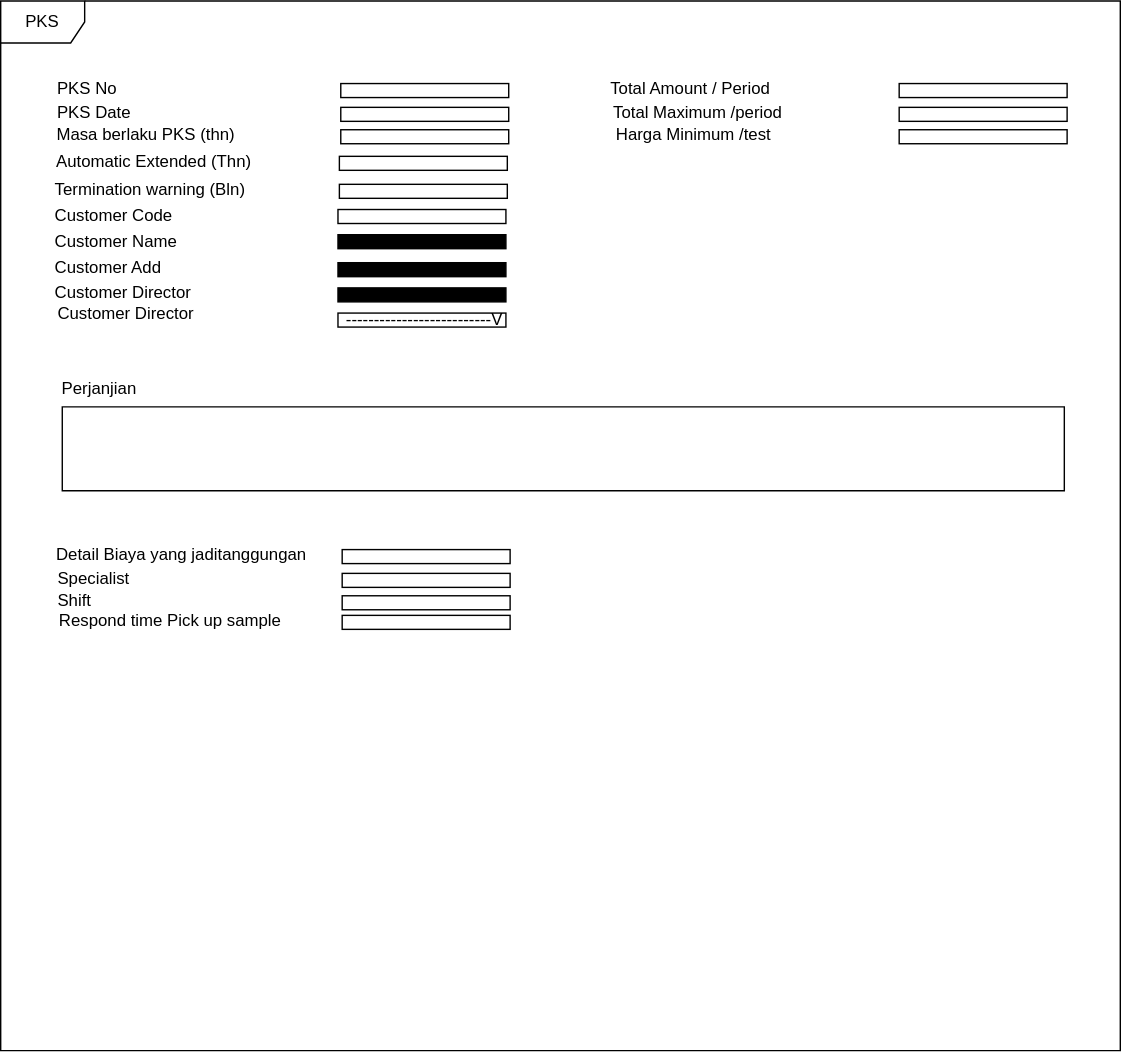
riduan-risandi/inno_collection_diagram keeps this draw.io diagram as pattern/FSD.svg. Above is the earlier version. Source tidied: cells renumbered, new cells last; positions are measured from the earlier drawing's top-left corner, leaving out a move shared by most shapes.
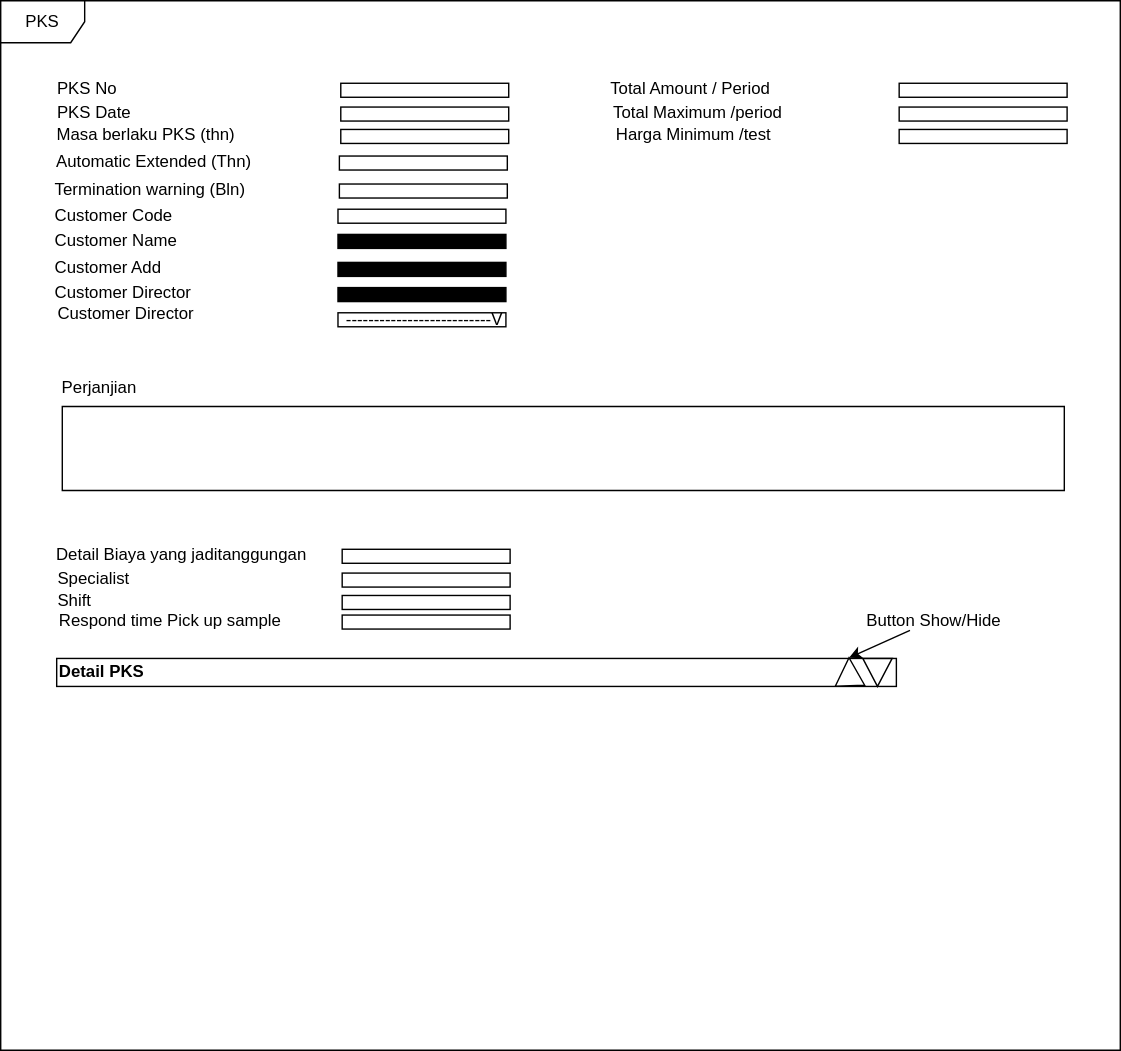
After the change.

Change to the diagram source:
```diff
@@ -113,5 +113,20 @@
     <mxCell id="38" style="rounded=0;whiteSpace=wrap;html=1;" parent="1" vertex="1">
       <mxGeometry x="244" y="439" width="120" height="10" as="geometry" />
     </mxCell>
+    <mxCell id="39" value="&lt;div align=&quot;left&quot;&gt;&lt;b&gt;Detail PKS&lt;br&gt;&lt;/b&gt;&lt;/div&gt;" style="rounded=0;whiteSpace=wrap;html=1;align=left;" parent="1" vertex="1">
+      <mxGeometry x="40" y="470" width="600" height="20" as="geometry" />
+    </mxCell>
+    <mxCell id="40" style="triangle;whiteSpace=wrap;html=1;rotation=90;" parent="1" vertex="1">
+      <mxGeometry x="616.5" y="469.5" width="20" height="21" as="geometry" />
+    </mxCell>
+    <mxCell id="41" style="triangle;whiteSpace=wrap;html=1;rotation=-92;" parent="1" vertex="1">
+      <mxGeometry x="596.5" y="469" width="20" height="21" as="geometry" />
+    </mxCell>
+    <mxCell id="42" value="Button Show/Hide" style="text;html=1;strokeColor=none;fillColor=none;align=center;verticalAlign=middle;whiteSpace=wrap;rounded=0;" parent="1" vertex="1">
+      <mxGeometry x="596.5" y="435" width="140" height="15" as="geometry" />
+    </mxCell>
+    <mxCell id="43" style="endArrow=classic;html=1;rounded=0;entryX=1;entryY=0.5;entryDx=0;entryDy=0;" parent="1" edge="1" source="42" target="41">
+      <mxGeometry relative="1" as="geometry" />
+    </mxCell>
   </root>
 </mxGraphModel>
```
